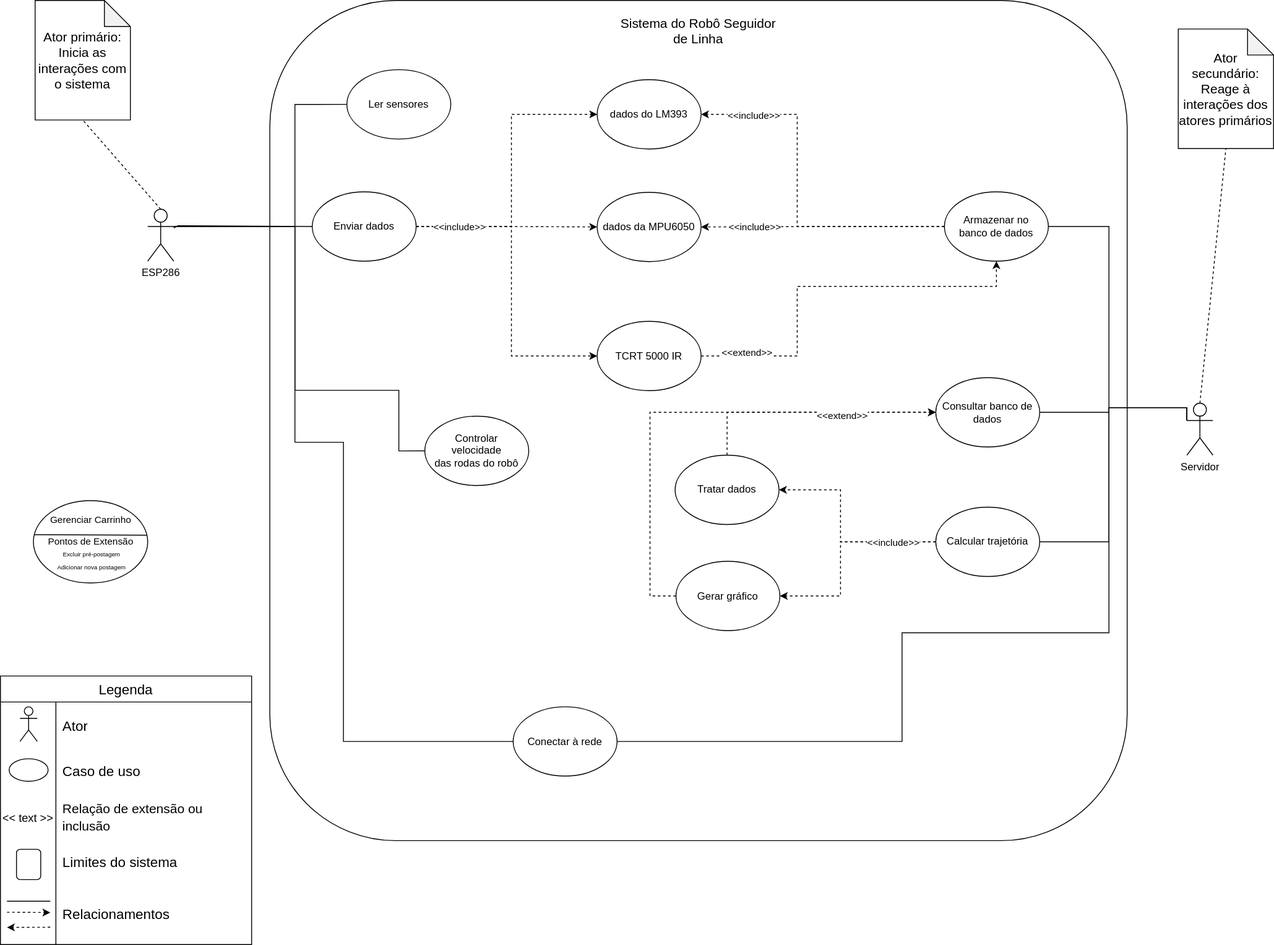
MMcLovin/PI1-2024.1 keeps this draw.io diagram as assets/PI1 - Use Cases.drawio.svg. Above is the earlier version. Source tidied: cells renumbered, new cells last; positions are measured from the earlier drawing's top-left corner, leaving out a move shared by most shapes.
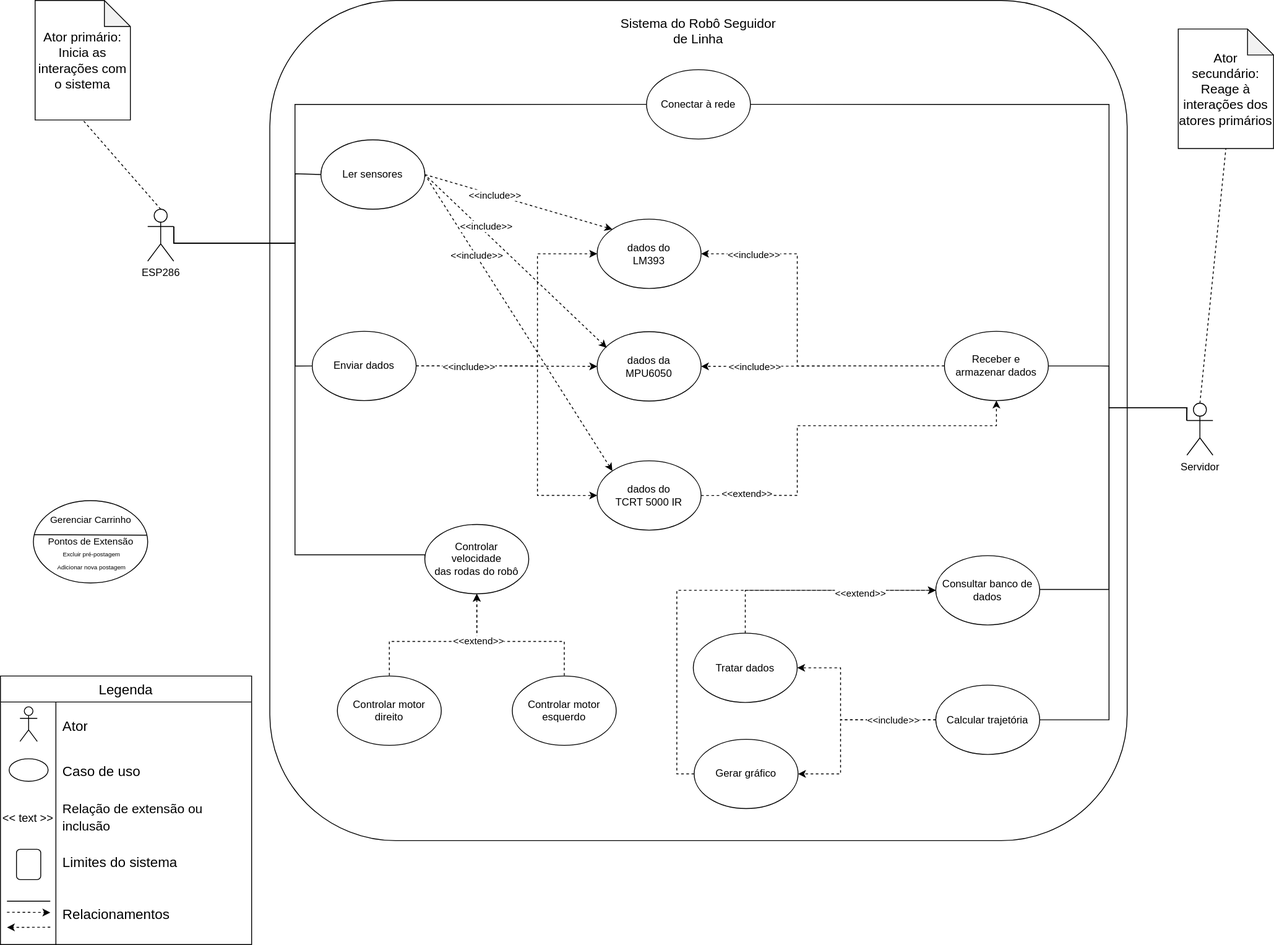
After the commit.

Diff of the diagram source:
```diff
@@ -8,23 +8,31 @@
     <mxCell id="3" style="edgeStyle=orthogonalEdgeStyle;rounded=0;jettySize=auto;html=1;exitX=1;exitY=0.3333333333333333;exitDx=0;exitDy=0;exitPerimeter=0;entryX=0;entryY=0.5;entryDx=0;entryDy=0;endArrow=none;endFill=0;" parent="1" edge="1" source="5" target="70">
       <mxGeometry relative="1" as="geometry">
         <Array as="points">
-          <mxPoint x="340" y="261" />
-          <mxPoint x="340" y="510" />
-          <mxPoint x="396" y="510" />
-          <mxPoint x="396" y="856" />
+          <mxPoint x="200" y="280" />
+          <mxPoint x="340" y="280" />
+          <mxPoint x="340" y="120" />
         </Array>
       </mxGeometry>
     </mxCell>
     <mxCell id="4" style="edgeStyle=orthogonalEdgeStyle;rounded=0;jettySize=auto;html=1;exitX=1;exitY=0.3333333333333333;exitDx=0;exitDy=0;exitPerimeter=0;entryX=0;entryY=0.5;entryDx=0;entryDy=0;endArrow=none;endFill=0;" parent="1" edge="1" source="5" target="71">
       <mxGeometry relative="1" as="geometry">
         <Array as="points">
-          <mxPoint x="340" y="261" />
-          <mxPoint x="340" y="450" />
-          <mxPoint x="460" y="450" />
-          <mxPoint x="460" y="520" />
+          <mxPoint x="200" y="280" />
+          <mxPoint x="340" y="280" />
+          <mxPoint x="340" y="640" />
+          <mxPoint x="490" y="640" />
         </Array>
       </mxGeometry>
     </mxCell>
+    <mxCell id="16" style="edgeStyle=orthogonalEdgeStyle;rounded=0;jettySize=auto;html=1;exitX=1;exitY=0.3333333333333333;exitDx=0;exitDy=0;exitPerimeter=0;entryX=0;entryY=0.5;entryDx=0;entryDy=0;endArrow=none;endFill=0;" parent="1" edge="1" source="5" target="12">
+      <mxGeometry relative="1" as="geometry">
+        <Array as="points">
+          <mxPoint x="200" y="280" />
+          <mxPoint x="340" y="280" />
+          <mxPoint x="340" y="422" />
+        </Array>
+      </mxGeometry>
+    </mxCell>
     <mxCell id="5" value="ESP286" style="shape=umlActor;verticalLabelPosition=bottom;verticalAlign=top;html=1;" parent="1" vertex="1">
       <mxGeometry x="170" y="241" width="30" height="60" as="geometry" />
     </mxCell>
@@ -40,55 +48,48 @@
     <mxCell id="9" style="edgeStyle=orthogonalEdgeStyle;rounded=0;jettySize=auto;html=1;exitX=1;exitY=0.5;exitDx=0;exitDy=0;entryX=0;entryY=0.5;entryDx=0;entryDy=0;dashed=1;" parent="1" edge="1" source="12" target="14">
       <mxGeometry relative="1" as="geometry">
         <Array as="points">
-          <mxPoint x="590" y="261" />
-          <mxPoint x="590" y="410" />
+          <mxPoint x="620" y="422" />
+          <mxPoint x="620" y="572" />
         </Array>
       </mxGeometry>
     </mxCell>
     <mxCell id="10" style="edgeStyle=orthogonalEdgeStyle;rounded=0;jettySize=auto;html=1;exitX=1;exitY=0.5;exitDx=0;exitDy=0;entryX=0;entryY=0.5;entryDx=0;entryDy=0;dashed=1;" parent="1" edge="1" source="12" target="31">
       <mxGeometry relative="1" as="geometry">
         <Array as="points">
-          <mxPoint x="590" y="261" />
-          <mxPoint x="590" y="132" />
+          <mxPoint x="620" y="422" />
+          <mxPoint x="620" y="293" />
         </Array>
       </mxGeometry>
     </mxCell>
     <mxCell id="11" value="&amp;lt;&amp;lt;include&amp;gt;&amp;gt;" style="edgeLabel;html=1;align=center;verticalAlign=middle;" parent="10" vertex="1">
       <mxGeometry x="-0.7" y="3" relative="1" as="geometry">
-        <mxPoint x="-1" y="3" as="offset" />
+        <mxPoint x="10" y="3" as="offset" />
       </mxGeometry>
     </mxCell>
     <mxCell id="12" value="Enviar dados" style="ellipse;whiteSpace=wrap;html=1;" parent="1" vertex="1">
-      <mxGeometry x="360" y="221" width="120" height="80" as="geometry" />
+      <mxGeometry x="360" y="382" width="120" height="80" as="geometry" />
     </mxCell>
     <mxCell id="13" style="edgeStyle=orthogonalEdgeStyle;rounded=0;jettySize=auto;html=1;exitX=1;exitY=0.5;exitDx=0;exitDy=0;entryX=0.5;entryY=1;entryDx=0;entryDy=0;dashed=1;" parent="1" edge="1" source="14" target="35">
       <mxGeometry relative="1" as="geometry">
         <Array as="points">
-          <mxPoint x="920" y="410" />
-          <mxPoint x="920" y="330" />
-          <mxPoint x="1150" y="330" />
+          <mxPoint x="920" y="571" />
+          <mxPoint x="920" y="491" />
+          <mxPoint x="1150" y="491" />
         </Array>
       </mxGeometry>
     </mxCell>
-    <mxCell id="14" value="TCRT 5000 IR" style="ellipse;whiteSpace=wrap;html=1;" parent="1" vertex="1">
-      <mxGeometry x="689" y="370.5" width="120" height="80" as="geometry" />
+    <mxCell id="14" value="dados do&lt;br&gt;TCRT 5000 IR" style="ellipse;whiteSpace=wrap;html=1;" parent="1" vertex="1">
+      <mxGeometry x="689" y="531.5" width="120" height="80" as="geometry" />
     </mxCell>
     <mxCell id="15" style="ellipse;whiteSpace=wrap;html=1;" parent="1" vertex="1">
       <mxGeometry x="38" y="577.5" width="132" height="95" as="geometry" />
     </mxCell>
-    <mxCell id="16" style="endArrow=none;html=1;rounded=0;entryX=0;entryY=0.5;entryDx=0;entryDy=0;" parent="1" edge="1" source="5" target="12">
-      <mxGeometry relative="1" as="geometry">
-        <Array as="points">
-          <mxPoint x="205" y="260" />
-        </Array>
-      </mxGeometry>
-    </mxCell>
     <mxCell id="17" style="edgeStyle=orthogonalEdgeStyle;rounded=0;jettySize=auto;html=1;exitX=0;exitY=0.3333333333333333;exitDx=0;exitDy=0;exitPerimeter=0;endArrow=none;endFill=0;entryX=1;entryY=0.5;entryDx=0;entryDy=0;" parent="1" edge="1" source="21" target="35">
       <mxGeometry relative="1" as="geometry">
         <Array as="points">
           <mxPoint x="1370" y="470" />
           <mxPoint x="1280" y="470" />
-          <mxPoint x="1280" y="261" />
+          <mxPoint x="1280" y="422" />
         </Array>
       </mxGeometry>
     </mxCell>
@@ -97,7 +98,8 @@
         <Array as="points">
           <mxPoint x="1370" y="470" />
           <mxPoint x="1280" y="470" />
-          <mxPoint x="1280" y="476" />
+          <mxPoint x="1280" y="680" />
+          <mxPoint x="1200" y="680" />
         </Array>
       </mxGeometry>
     </mxCell>
@@ -106,7 +108,7 @@
         <Array as="points">
           <mxPoint x="1370" y="470" />
           <mxPoint x="1280" y="470" />
-          <mxPoint x="1280" y="625" />
+          <mxPoint x="1280" y="831" />
         </Array>
       </mxGeometry>
     </mxCell>
@@ -115,9 +117,7 @@
         <Array as="points">
           <mxPoint x="1370" y="470" />
           <mxPoint x="1280" y="470" />
-          <mxPoint x="1280" y="730" />
-          <mxPoint x="1041" y="730" />
-          <mxPoint x="1041" y="856" />
+          <mxPoint x="1280" y="120" />
         </Array>
       </mxGeometry>
     </mxCell>
@@ -148,17 +148,17 @@
     <mxCell id="29" style="endArrow=none;dashed=1;html=1;rounded=0;entryX=0.5;entryY=1;entryDx=0;entryDy=0;entryPerimeter=0;exitX=0.5;exitY=0;exitDx=0;exitDy=0;exitPerimeter=0;" parent="1" edge="1" source="5" target="28">
       <mxGeometry relative="1" as="geometry" />
     </mxCell>
-    <mxCell id="30" value="dados da MPU6050" style="ellipse;whiteSpace=wrap;html=1;" parent="1" vertex="1">
-      <mxGeometry x="689" y="221.5" width="120" height="80" as="geometry" />
+    <mxCell id="30" value="dados da&lt;br&gt; MPU6050" style="ellipse;whiteSpace=wrap;html=1;" parent="1" vertex="1">
+      <mxGeometry x="689" y="382.5" width="120" height="80" as="geometry" />
     </mxCell>
-    <mxCell id="31" value="dados do LM393 " style="ellipse;whiteSpace=wrap;html=1;" parent="1" vertex="1">
-      <mxGeometry x="689" y="91.5" width="120" height="80" as="geometry" />
+    <mxCell id="31" value="dados do&lt;br&gt; LM393 " style="ellipse;whiteSpace=wrap;html=1;" parent="1" vertex="1">
+      <mxGeometry x="689" y="252.5" width="120" height="80" as="geometry" />
     </mxCell>
     <mxCell id="32" style="edgeStyle=orthogonalEdgeStyle;rounded=0;jettySize=auto;html=1;exitX=0;exitY=0.5;exitDx=0;exitDy=0;entryX=1;entryY=0.5;entryDx=0;entryDy=0;dashed=1;" parent="1" edge="1" source="35" target="31">
       <mxGeometry relative="1" as="geometry">
         <Array as="points">
-          <mxPoint x="920" y="261" />
-          <mxPoint x="920" y="132" />
+          <mxPoint x="920" y="422" />
+          <mxPoint x="920" y="293" />
         </Array>
       </mxGeometry>
     </mxCell>
@@ -170,61 +170,56 @@
         <mxPoint x="-150" y="-129" as="offset" />
       </mxGeometry>
     </mxCell>
-    <mxCell id="35" value="Armazenar no&lt;br&gt; banco de dados" style="ellipse;whiteSpace=wrap;html=1;" parent="1" vertex="1">
-      <mxGeometry x="1090" y="221" width="120" height="80" as="geometry" />
+    <mxCell id="35" value="Receber e &lt;br&gt;armazenar dados" style="ellipse;whiteSpace=wrap;html=1;" parent="1" vertex="1">
+      <mxGeometry x="1090" y="382" width="120" height="80" as="geometry" />
     </mxCell>
     <mxCell id="36" style="edgeStyle=orthogonalEdgeStyle;rounded=0;jettySize=auto;html=1;exitX=0;exitY=0.5;exitDx=0;exitDy=0;entryX=1;entryY=0.5;entryDx=0;entryDy=0;dashed=1;" parent="1" edge="1" source="38" target="45">
       <mxGeometry relative="1" as="geometry">
         <Array as="points">
-          <mxPoint x="970" y="625" />
-          <mxPoint x="970" y="565" />
+          <mxPoint x="970" y="830.5" />
+          <mxPoint x="970" y="770.5" />
         </Array>
       </mxGeometry>
     </mxCell>
     <mxCell id="37" style="edgeStyle=orthogonalEdgeStyle;rounded=0;jettySize=auto;html=1;exitX=0;exitY=0.5;exitDx=0;exitDy=0;entryX=1;entryY=0.5;entryDx=0;entryDy=0;dashed=1;" parent="1" edge="1" source="38" target="41">
       <mxGeometry relative="1" as="geometry">
         <Array as="points">
-          <mxPoint x="970" y="625" />
-          <mxPoint x="970" y="688" />
+          <mxPoint x="970" y="830.5" />
+          <mxPoint x="970" y="893.5" />
         </Array>
       </mxGeometry>
     </mxCell>
     <mxCell id="38" value="Calcular trajetória" style="ellipse;whiteSpace=wrap;html=1;" parent="1" vertex="1">
-      <mxGeometry x="1080" y="585" width="120" height="80" as="geometry" />
+      <mxGeometry x="1080" y="790.5" width="120" height="80" as="geometry" />
     </mxCell>
     <mxCell id="39" value="Consultar banco de dados" style="ellipse;whiteSpace=wrap;html=1;" parent="1" vertex="1">
-      <mxGeometry x="1080" y="435.5" width="120" height="80" as="geometry" />
+      <mxGeometry x="1080" y="641" width="120" height="80" as="geometry" />
     </mxCell>
     <mxCell id="40" style="edgeStyle=orthogonalEdgeStyle;rounded=0;jettySize=auto;html=1;exitX=0;exitY=0.5;exitDx=0;exitDy=0;entryX=0;entryY=0.5;entryDx=0;entryDy=0;dashed=1;" parent="1" edge="1" source="41" target="39">
-      <mxGeometry relative="1" as="geometry">
-        <Array as="points">
-          <mxPoint x="750" y="687" />
-          <mxPoint x="750" y="475" />
-        </Array>
-      </mxGeometry>
+      <mxGeometry relative="1" as="geometry" />
     </mxCell>
     <mxCell id="41" value="Gerar gráfico" style="ellipse;whiteSpace=wrap;html=1;" parent="1" vertex="1">
-      <mxGeometry x="780" y="647.5" width="120" height="80" as="geometry" />
+      <mxGeometry x="801" y="853" width="120" height="80" as="geometry" />
     </mxCell>
     <mxCell id="42" value="&amp;lt;&amp;lt;extend&amp;gt;&amp;gt;" style="edgeLabel;html=1;align=center;verticalAlign=middle;" parent="1" vertex="1">
-      <mxGeometry x="870" y="437" as="geometry">
+      <mxGeometry x="870" y="600" as="geometry">
         <mxPoint x="-9" y="-31" as="offset" />
       </mxGeometry>
     </mxCell>
     <mxCell id="43" value="&amp;lt;&amp;lt;include&amp;gt;&amp;gt;" style="edgeLabel;html=1;align=center;verticalAlign=middle;" parent="1" vertex="1">
-      <mxGeometry x="870" y="261" as="geometry" />
+      <mxGeometry x="870" y="422" as="geometry" />
     </mxCell>
     <mxCell id="44" style="edgeStyle=orthogonalEdgeStyle;rounded=0;jettySize=auto;html=1;exitX=0.5;exitY=0;exitDx=0;exitDy=0;entryX=0;entryY=0.5;entryDx=0;entryDy=0;dashed=1;" parent="1" edge="1" source="45" target="39">
       <mxGeometry relative="1" as="geometry" />
     </mxCell>
     <mxCell id="45" value="Tratar dados" style="ellipse;whiteSpace=wrap;html=1;" parent="1" vertex="1">
-      <mxGeometry x="779" y="525" width="120" height="80" as="geometry" />
+      <mxGeometry x="800" y="730.5" width="120" height="80" as="geometry" />
     </mxCell>
     <mxCell id="46" value="&amp;lt;&amp;lt;include&amp;gt;&amp;gt;" style="edgeLabel;html=1;align=center;verticalAlign=middle;" parent="1" vertex="1">
-      <mxGeometry x="1030" y="625" as="geometry" />
+      <mxGeometry x="1030" y="830.5" as="geometry" />
     </mxCell>
     <mxCell id="47" value="&amp;lt;&amp;lt;extend&amp;gt;&amp;gt;" style="edgeLabel;html=1;align=center;verticalAlign=middle;" parent="1" vertex="1">
-      <mxGeometry x="980" y="510" as="geometry">
+      <mxGeometry x="1001" y="715.5" as="geometry">
         <mxPoint x="-9" y="-31" as="offset" />
       </mxGeometry>
     </mxCell>
@@ -304,21 +299,75 @@
       </mxGeometry>
     </mxCell>
     <mxCell id="70" value="Conectar à rede" style="ellipse;whiteSpace=wrap;html=1;" parent="1" vertex="1">
-      <mxGeometry x="592" y="815.5" width="120" height="80" as="geometry" />
+      <mxGeometry x="746" y="80" width="120" height="80" as="geometry" />
     </mxCell>
+    <mxCell id="74" style="edgeStyle=orthogonalEdgeStyle;rounded=0;jettySize=auto;html=1;exitX=0.5;exitY=1;exitDx=0;exitDy=0;entryX=0.5;entryY=0;entryDx=0;entryDy=0;endArrow=none;endFill=0;startArrow=classic;startFill=1;dashed=1;" parent="1" edge="1" source="71" target="82">
+      <mxGeometry relative="1" as="geometry">
+        <Array as="points">
+          <mxPoint x="550" y="740" />
+          <mxPoint x="449" y="740" />
+        </Array>
+      </mxGeometry>
+    </mxCell>
+    <mxCell id="75" style="edgeStyle=orthogonalEdgeStyle;rounded=0;jettySize=auto;html=1;exitX=0.5;exitY=1;exitDx=0;exitDy=0;entryX=0.5;entryY=0;entryDx=0;entryDy=0;endArrow=none;endFill=0;startArrow=classic;startFill=1;dashed=1;" parent="1" edge="1" source="71" target="83">
+      <mxGeometry relative="1" as="geometry">
+        <Array as="points">
+          <mxPoint x="550" y="740" />
+          <mxPoint x="651" y="740" />
+        </Array>
+      </mxGeometry>
+    </mxCell>
     <mxCell id="71" value="Controlar &lt;br&gt;velocidade &lt;br&gt;das rodas do robô" style="ellipse;whiteSpace=wrap;html=1;" parent="1" vertex="1">
-      <mxGeometry x="490" y="480" width="120" height="80" as="geometry" />
+      <mxGeometry x="490" y="605" width="120" height="80" as="geometry" />
     </mxCell>
     <mxCell id="72" value="Ler sensores" style="ellipse;whiteSpace=wrap;html=1;" parent="1" vertex="1">
-      <mxGeometry x="400" y="80" width="120" height="80" as="geometry" />
+      <mxGeometry x="370" y="161" width="120" height="80" as="geometry" />
     </mxCell>
     <mxCell id="73" style="edgeStyle=orthogonalEdgeStyle;rounded=0;jettySize=auto;html=1;exitX=0;exitY=0.5;exitDx=0;exitDy=0;entryX=1;entryY=0.3333333333333333;entryDx=0;entryDy=0;entryPerimeter=0;endArrow=none;endFill=0;" parent="1" edge="1" source="72" target="5">
       <mxGeometry relative="1" as="geometry">
         <Array as="points">
-          <mxPoint x="340" y="120" />
-          <mxPoint x="340" y="261" />
+          <mxPoint x="340" y="200" />
+          <mxPoint x="340" y="280" />
+          <mxPoint x="200" y="280" />
         </Array>
       </mxGeometry>
     </mxCell>
+    <mxCell id="76" style="endArrow=none;html=1;rounded=0;exitX=0;exitY=0;exitDx=0;exitDy=0;entryX=1;entryY=0.5;entryDx=0;entryDy=0;dashed=1;endFill=0;startArrow=classic;startFill=1;" parent="1" edge="1" source="14" target="72">
+      <mxGeometry relative="1" as="geometry" />
+    </mxCell>
+    <mxCell id="77" value="&amp;lt;&amp;lt;include&amp;gt;&amp;gt;" style="edgeLabel;html=1;align=center;verticalAlign=middle;" parent="76" vertex="1">
+      <mxGeometry x="0.39" y="3" relative="1" as="geometry">
+        <mxPoint x="-4" y="-13" as="offset" />
+      </mxGeometry>
+    </mxCell>
+    <mxCell id="78" style="endArrow=none;html=1;rounded=0;entryX=1;entryY=0.5;entryDx=0;entryDy=0;dashed=1;endFill=0;startArrow=classic;startFill=1;" parent="1" edge="1" target="72">
+      <mxGeometry relative="1" as="geometry">
+        <mxPoint x="700" y="401" as="sourcePoint" />
+      </mxGeometry>
+    </mxCell>
+    <mxCell id="79" value="&amp;lt;&amp;lt;include&amp;gt;&amp;gt;" style="edgeLabel;html=1;align=center;verticalAlign=middle;" parent="78" vertex="1">
+      <mxGeometry x="0.25" y="-1" relative="1" as="geometry">
+        <mxPoint x="-9" y="-15" as="offset" />
+      </mxGeometry>
+    </mxCell>
+    <mxCell id="80" style="endArrow=none;html=1;rounded=0;exitX=0;exitY=0;exitDx=0;exitDy=0;entryX=1;entryY=0.5;entryDx=0;entryDy=0;dashed=1;endFill=0;startArrow=classic;startFill=1;" parent="1" edge="1" source="31" target="72">
+      <mxGeometry relative="1" as="geometry" />
+    </mxCell>
+    <mxCell id="81" value="&amp;lt;&amp;lt;include&amp;gt;&amp;gt;" style="edgeLabel;html=1;align=center;verticalAlign=middle;" parent="80" vertex="1">
+      <mxGeometry x="0.17" y="-1" relative="1" as="geometry">
+        <mxPoint x="-10" y="-2" as="offset" />
+      </mxGeometry>
+    </mxCell>
+    <mxCell id="82" value="Controlar&amp;nbsp;motor &lt;br&gt;direito" style="ellipse;whiteSpace=wrap;html=1;" parent="1" vertex="1">
+      <mxGeometry x="389" y="780" width="120" height="80" as="geometry" />
+    </mxCell>
+    <mxCell id="83" value="Controlar&amp;nbsp;motor &lt;br&gt;esquerdo" style="ellipse;whiteSpace=wrap;html=1;" parent="1" vertex="1">
+      <mxGeometry x="591" y="780" width="120" height="80" as="geometry" />
+    </mxCell>
+    <mxCell id="84" value="&amp;lt;&amp;lt;extend&amp;gt;&amp;gt;" style="edgeLabel;html=1;align=center;verticalAlign=middle;" parent="1" vertex="1">
+      <mxGeometry x="560" y="770.5" as="geometry">
+        <mxPoint x="-9" y="-31" as="offset" />
+      </mxGeometry>
+    </mxCell>
   </root>
 </mxGraphModel>
```
